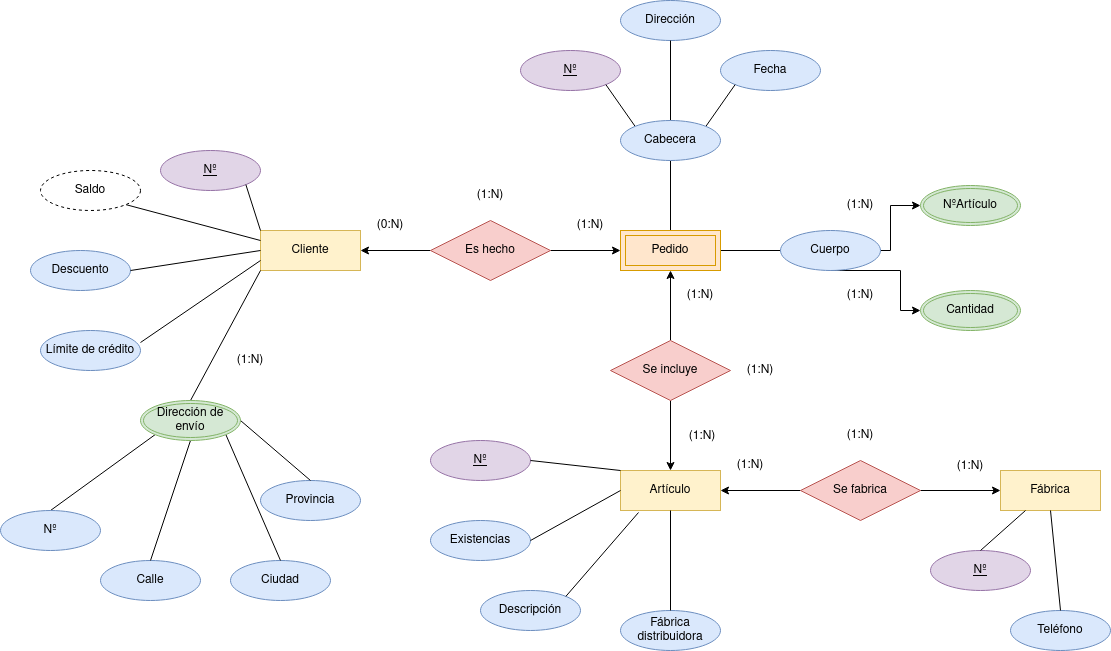
Before: IMG/Sistema de artículos - Encargo.drawio.png, a diagram exported from draw.io (samugd17/base-datos-bae-). Source tidied: cells renumbered, new cells last; positions are measured from the earlier drawing's top-left corner, leaving out a move shared by most shapes.
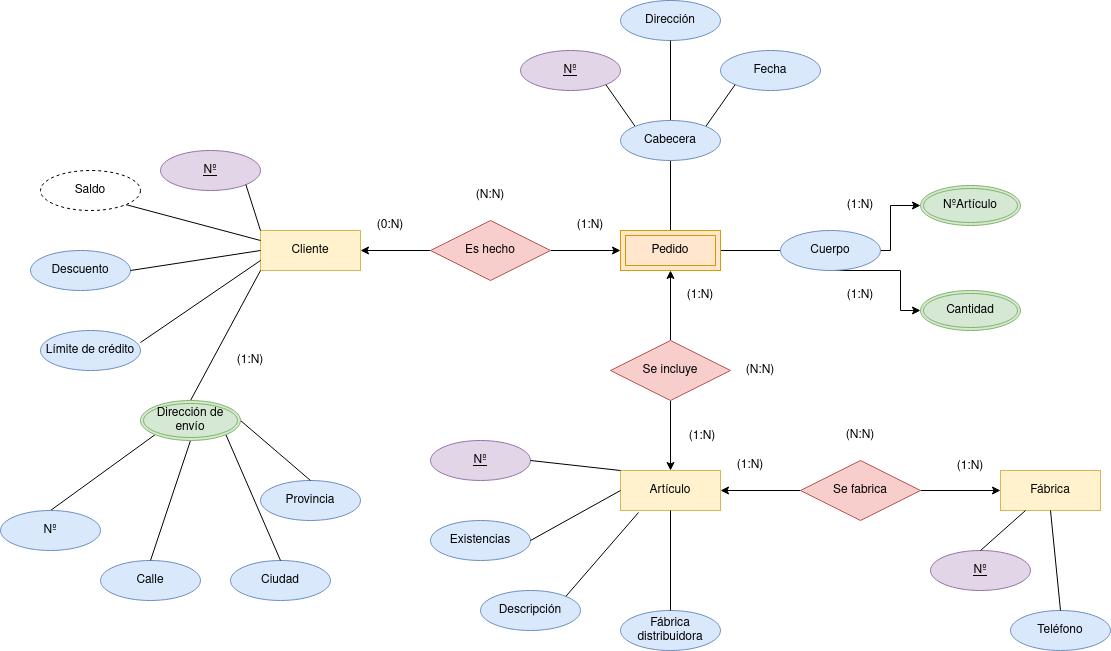
Later version of the same file.

Change to the diagram source:
```diff
@@ -47,7 +47,7 @@
     <mxCell id="16" value="(0:N)" style="text;html=1;strokeColor=none;fillColor=none;align=center;verticalAlign=middle;whiteSpace=wrap;rounded=0;" parent="1" vertex="1">
       <mxGeometry x="360" y="210" width="60" height="30" as="geometry" />
     </mxCell>
-    <mxCell id="17" value="(1:N)" style="text;html=1;strokeColor=none;fillColor=none;align=center;verticalAlign=middle;whiteSpace=wrap;rounded=0;" parent="1" vertex="1">
+    <mxCell id="17" value="(N:N)" style="text;html=1;strokeColor=none;fillColor=none;align=center;verticalAlign=middle;whiteSpace=wrap;rounded=0;" parent="1" vertex="1">
       <mxGeometry x="460" y="180" width="60" height="30" as="geometry" />
     </mxCell>
     <mxCell id="18" value="(1:N)" style="text;html=1;strokeColor=none;fillColor=none;align=center;verticalAlign=middle;whiteSpace=wrap;rounded=0;" parent="1" vertex="1">
@@ -56,7 +56,7 @@
     <mxCell id="19" value="(1:N)" style="text;html=1;strokeColor=none;fillColor=none;align=center;verticalAlign=middle;whiteSpace=wrap;rounded=0;" parent="1" vertex="1">
       <mxGeometry x="670" y="280" width="60" height="30" as="geometry" />
     </mxCell>
-    <mxCell id="20" value="(1:N)" style="text;html=1;strokeColor=none;fillColor=none;align=center;verticalAlign=middle;whiteSpace=wrap;rounded=0;" parent="1" vertex="1">
+    <mxCell id="20" value="(N:N)" style="text;html=1;strokeColor=none;fillColor=none;align=center;verticalAlign=middle;whiteSpace=wrap;rounded=0;" parent="1" vertex="1">
       <mxGeometry x="730" y="355" width="60" height="30" as="geometry" />
     </mxCell>
     <mxCell id="21" value="(1:N)" style="text;html=1;strokeColor=none;fillColor=none;align=center;verticalAlign=middle;whiteSpace=wrap;rounded=0;" parent="1" vertex="1">
@@ -65,7 +65,7 @@
     <mxCell id="22" value="(1:N)" style="text;html=1;strokeColor=none;fillColor=none;align=center;verticalAlign=middle;whiteSpace=wrap;rounded=0;" parent="1" vertex="1">
       <mxGeometry x="720" y="450" width="60" height="30" as="geometry" />
     </mxCell>
-    <mxCell id="23" value="(1:N)" style="text;html=1;strokeColor=none;fillColor=none;align=center;verticalAlign=middle;whiteSpace=wrap;rounded=0;" parent="1" vertex="1">
+    <mxCell id="23" value="(N:N)" style="text;html=1;strokeColor=none;fillColor=none;align=center;verticalAlign=middle;whiteSpace=wrap;rounded=0;" parent="1" vertex="1">
       <mxGeometry x="830" y="420" width="60" height="30" as="geometry" />
     </mxCell>
     <mxCell id="24" value="Descuento" style="ellipse;whiteSpace=wrap;html=1;align=center;fillColor=#dae8fc;strokeColor=#6c8ebf;" parent="1" vertex="1">
```
